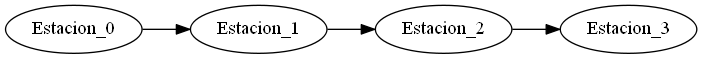
Earlier version of the Graphviz export Proyectos/Proyecto2_201504482/archivo_Servicios.png (jimzi94/Tareas). Its source is kept beside it as Proyectos/Proyecto2_201504482/archivo_Servicios.dot. The source it was exported from:
```dot
digraph {rankdir=LR
Estacion_0->
Estacion_1->
Estacion_2->Estacion_3}
```
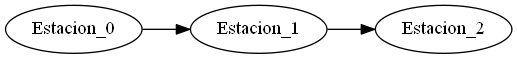
After the commit.

Change to the diagram source:
```diff
@@ -1,4 +1,3 @@
 digraph {rankdir=LR
 Estacion_0->
-Estacion_1->
-Estacion_2->Estacion_3}
+Estacion_1->Estacion_2}
```
